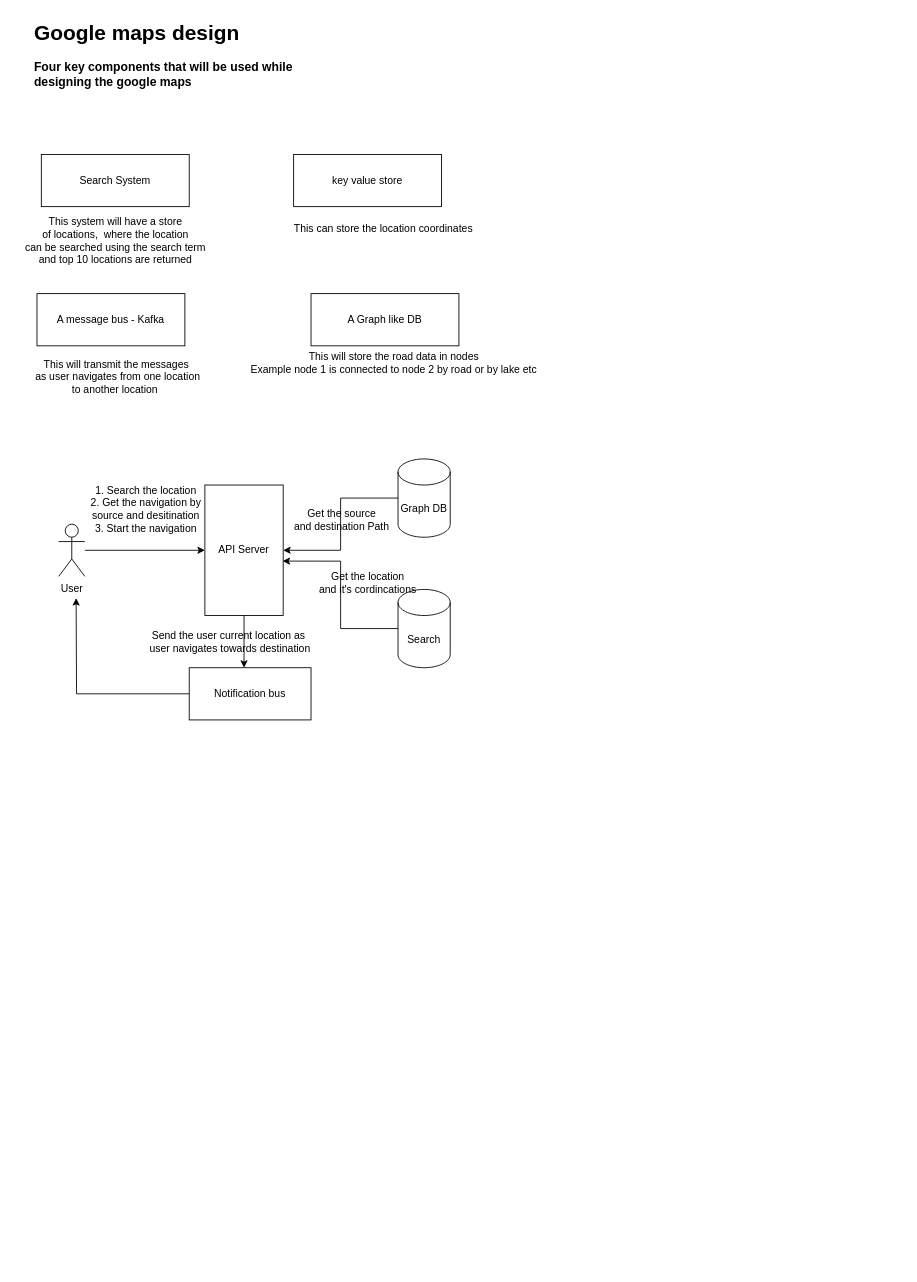
Above: GoogleMaps HLD.drawio in anshul1790/system-design-playground (draw.io), before the change. Source tidied: cells renumbered, new cells numbered last; positions are measured from the earlier drawing's top-left corner, leaving out a move shared by most shapes. Both pictures are drawn from the tidied source at 87%, with x=0, y=0 at pixel (15, 15).
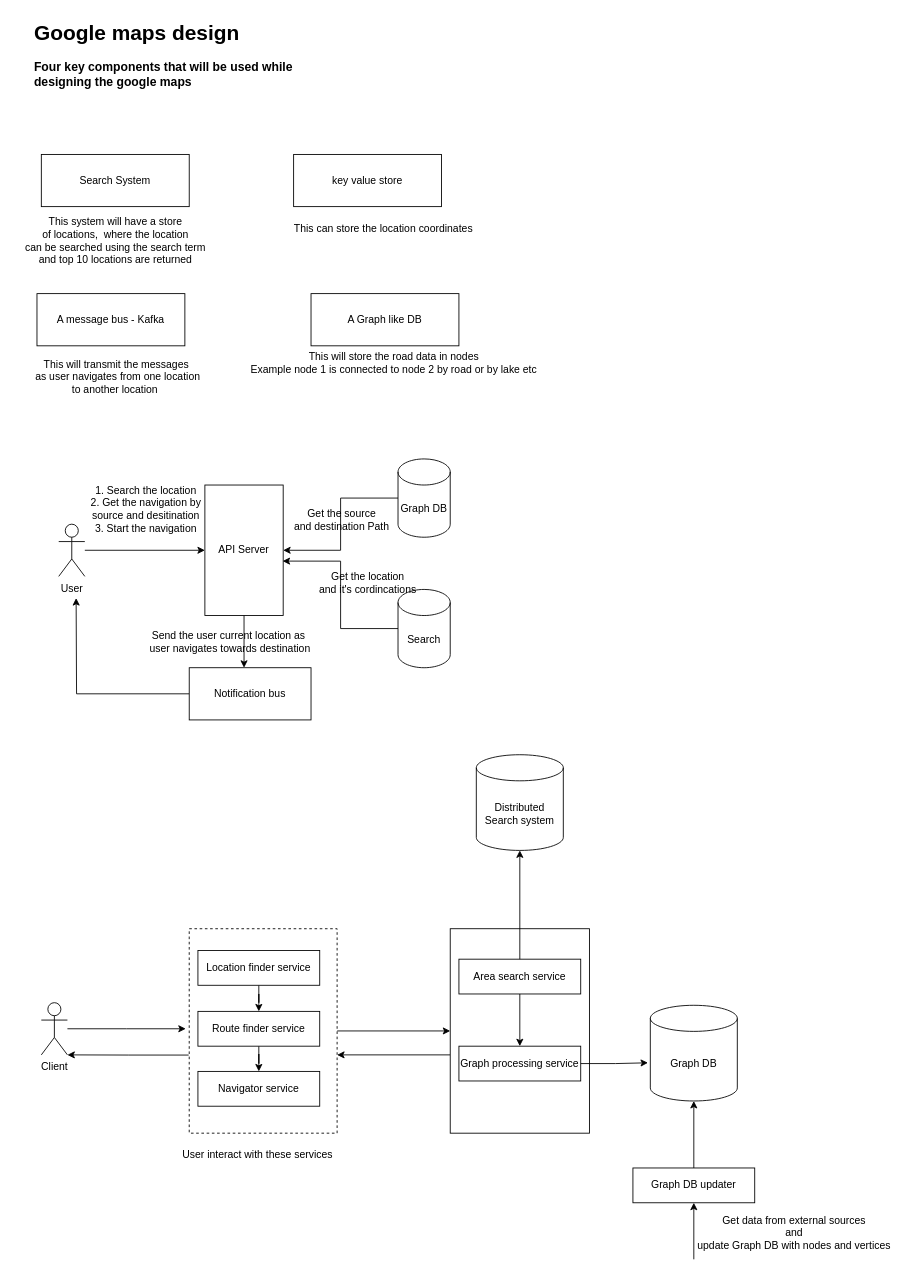
Above is the later version.

The edit, as a diff of the source:
```diff
@@
+    <mxCell id="25" style="edgeStyle=orthogonalEdgeStyle;rounded=0;jettySize=auto;html=1;exitX=-0.004;exitY=0.618;exitDx=0;exitDy=0;exitPerimeter=0;" parent="1" edge="1" source="27">
+      <mxGeometry relative="1" as="geometry">
+        <mxPoint x="60" y="1195" as="targetPoint" />
+      </mxGeometry>
+    </mxCell>
+    <mxCell id="26" style="edgeStyle=orthogonalEdgeStyle;rounded=0;jettySize=auto;html=1;entryX=0;entryY=0.5;entryDx=0;entryDy=0;" parent="1" edge="1" source="27" target="36">
+      <mxGeometry relative="1" as="geometry" />
+    </mxCell>
@@
+    <mxCell id="27" style="rounded=0;whiteSpace=wrap;html=1;dashed=1;" parent="1" vertex="1">
+      <mxGeometry x="200" y="1050" width="170" height="235" as="geometry" />
+    </mxCell>
@@
+    <mxCell id="28" value="Client&lt;div&gt;&lt;br&gt;&lt;/div&gt;" style="shape=umlActor;verticalLabelPosition=bottom;verticalAlign=top;html=1;outlineConnect=0;" parent="1" vertex="1">
+      <mxGeometry x="30" y="1135" width="30" height="60" as="geometry" />
+    </mxCell>
+    <mxCell id="29" style="edgeStyle=orthogonalEdgeStyle;rounded=0;jettySize=auto;html=1;" parent="1" edge="1" source="28">
+      <mxGeometry relative="1" as="geometry">
+        <mxPoint x="196" y="1165" as="targetPoint" />
+      </mxGeometry>
+    </mxCell>
+    <mxCell id="30" style="edgeStyle=orthogonalEdgeStyle;rounded=0;jettySize=auto;html=1;entryX=0.5;entryY=0;entryDx=0;entryDy=0;" parent="1" edge="1" source="31" target="33">
+      <mxGeometry relative="1" as="geometry" />
+    </mxCell>
+    <mxCell id="31" value="Location finder service" style="rounded=0;whiteSpace=wrap;html=1;" parent="1" vertex="1">
+      <mxGeometry x="210" y="1075" width="140" height="40" as="geometry" />
+    </mxCell>
+    <mxCell id="32" style="edgeStyle=orthogonalEdgeStyle;rounded=0;jettySize=auto;html=1;entryX=0.5;entryY=0;entryDx=0;entryDy=0;" parent="1" edge="1" source="33" target="34">
+      <mxGeometry relative="1" as="geometry" />
+    </mxCell>
+    <mxCell id="33" value="Route finder service" style="rounded=0;whiteSpace=wrap;html=1;" parent="1" vertex="1">
+      <mxGeometry x="210" y="1145" width="140" height="40" as="geometry" />
+    </mxCell>
+    <mxCell id="34" value="Navigator service" style="rounded=0;whiteSpace=wrap;html=1;" parent="1" vertex="1">
+      <mxGeometry x="210" y="1214" width="140" height="40" as="geometry" />
+    </mxCell>
+    <mxCell id="35" style="edgeStyle=orthogonalEdgeStyle;rounded=0;orthogonalLoop=1;jettySize=auto;html=1;exitX=0;exitY=0.75;exitDx=0;exitDy=0;entryX=1;entryY=0.75;entryDx=0;entryDy=0;" parent="1" edge="1">
+      <mxGeometry relative="1" as="geometry">
+        <mxPoint x="500" y="1195" as="sourcePoint" />
+        <mxPoint x="370" y="1195" as="targetPoint" />
+      </mxGeometry>
+    </mxCell>
+    <mxCell id="36" style="rounded=0;whiteSpace=wrap;html=1;" parent="1" vertex="1">
+      <mxGeometry x="500" y="1050" width="160" height="235" as="geometry" />
+    </mxCell>
+    <mxCell id="37" value="User interact with these services&amp;nbsp;" style="text;html=1;align=center;verticalAlign=middle;strokeColor=none;fillColor=none;" parent="1" vertex="1">
+      <mxGeometry x="180" y="1295" width="200" height="30" as="geometry" />
+    </mxCell>
+    <mxCell id="38" style="edgeStyle=orthogonalEdgeStyle;rounded=0;jettySize=auto;html=1;entryX=0.5;entryY=0;entryDx=0;entryDy=0;" parent="1" edge="1" source="39" target="40">
+      <mxGeometry relative="1" as="geometry" />
+    </mxCell>
+    <mxCell id="39" value="Area search service" style="rounded=0;whiteSpace=wrap;html=1;" parent="1" vertex="1">
+      <mxGeometry x="510" y="1085" width="140" height="40" as="geometry" />
+    </mxCell>
+    <mxCell id="40" value="Graph processing service" style="rounded=0;whiteSpace=wrap;html=1;" parent="1" vertex="1">
+      <mxGeometry x="510" y="1185" width="140" height="40" as="geometry" />
+    </mxCell>
+    <mxCell id="41" value="Graph DB" style="shape=cylinder3;whiteSpace=wrap;html=1;boundedLbl=1;backgroundOutline=1;size=15;" parent="1" vertex="1">
+      <mxGeometry x="730" y="1138" width="100" height="110" as="geometry" />
+    </mxCell>
+    <mxCell id="42" style="edgeStyle=orthogonalEdgeStyle;rounded=0;jettySize=auto;html=1;entryX=-0.027;entryY=0.601;entryDx=0;entryDy=0;entryPerimeter=0;" parent="1" edge="1" source="40" target="41">
+      <mxGeometry relative="1" as="geometry" />
+    </mxCell>
+    <mxCell id="43" value="Distributed Search system" style="shape=cylinder3;whiteSpace=wrap;html=1;boundedLbl=1;backgroundOutline=1;size=15;" parent="1" vertex="1">
+      <mxGeometry x="530" y="850" width="100" height="110" as="geometry" />
+    </mxCell>
+    <mxCell id="44" style="edgeStyle=orthogonalEdgeStyle;rounded=0;jettySize=auto;html=1;entryX=0.5;entryY=1;entryDx=0;entryDy=0;entryPerimeter=0;" parent="1" edge="1" source="39" target="43">
+      <mxGeometry relative="1" as="geometry" />
+    </mxCell>
+    <mxCell id="45" value="Graph DB updater" style="rounded=0;whiteSpace=wrap;html=1;" parent="1" vertex="1">
+      <mxGeometry x="710" y="1325" width="140" height="40" as="geometry" />
+    </mxCell>
+    <mxCell id="46" style="edgeStyle=orthogonalEdgeStyle;rounded=0;jettySize=auto;html=1;entryX=0.5;entryY=1;entryDx=0;entryDy=0;entryPerimeter=0;" parent="1" edge="1" source="45" target="41">
+      <mxGeometry relative="1" as="geometry" />
+    </mxCell>
+    <mxCell id="47" style="endArrow=classic;html=1;rounded=0;entryX=0.5;entryY=1;entryDx=0;entryDy=0;" parent="1" edge="1" target="45">
+      <mxGeometry relative="1" as="geometry">
+        <mxPoint x="780" y="1430" as="sourcePoint" />
+      </mxGeometry>
+    </mxCell>
+    <mxCell id="48" value="Get data from external sources&lt;div&gt;and&lt;/div&gt;&lt;div&gt;update Graph DB with nodes and vertices&lt;/div&gt;" style="text;html=1;align=center;verticalAlign=middle;strokeColor=none;fillColor=none;" parent="1" vertex="1">
+      <mxGeometry x="770" y="1370" width="250" height="60" as="geometry" />
+    </mxCell>
```
